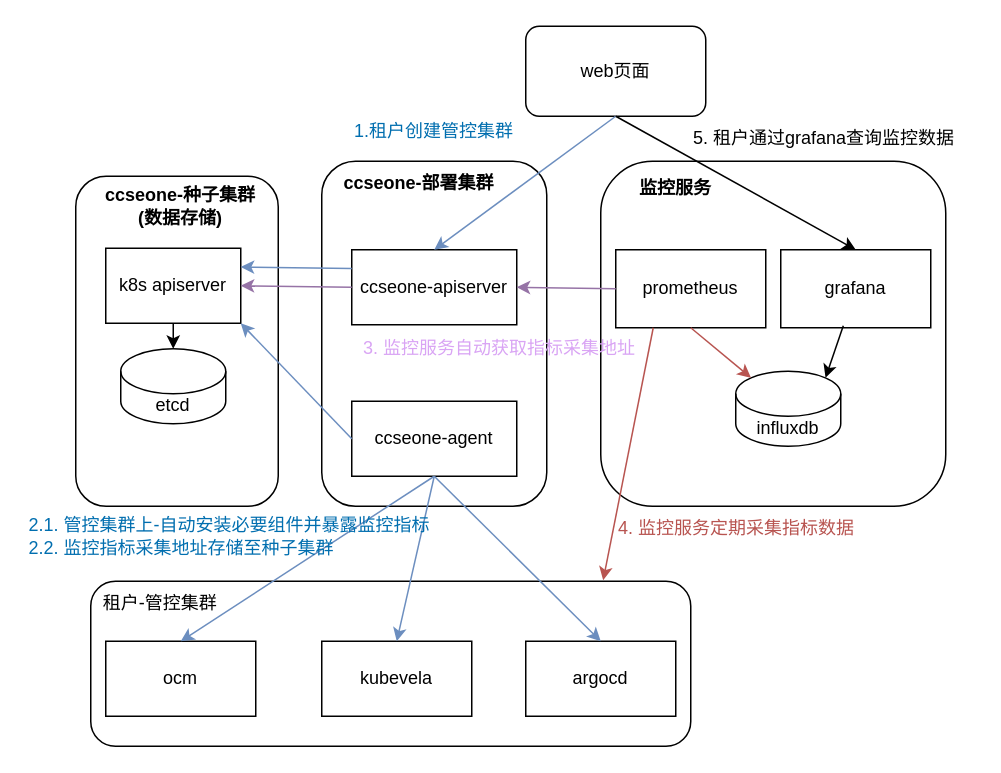
Earlier version of the draw.io diagram page "监控" (6 of 8) of drawio/zz.drawio (Tiny-VS-Lina/ccse). Source tidied: cells renumbered, new cells numbered last; positions are measured from the earlier drawing's top-left corner, leaving out a move shared by most shapes. Both pictures are drawn from the tidied source at 150%, with x=0, y=0 at pixel (26, 26).
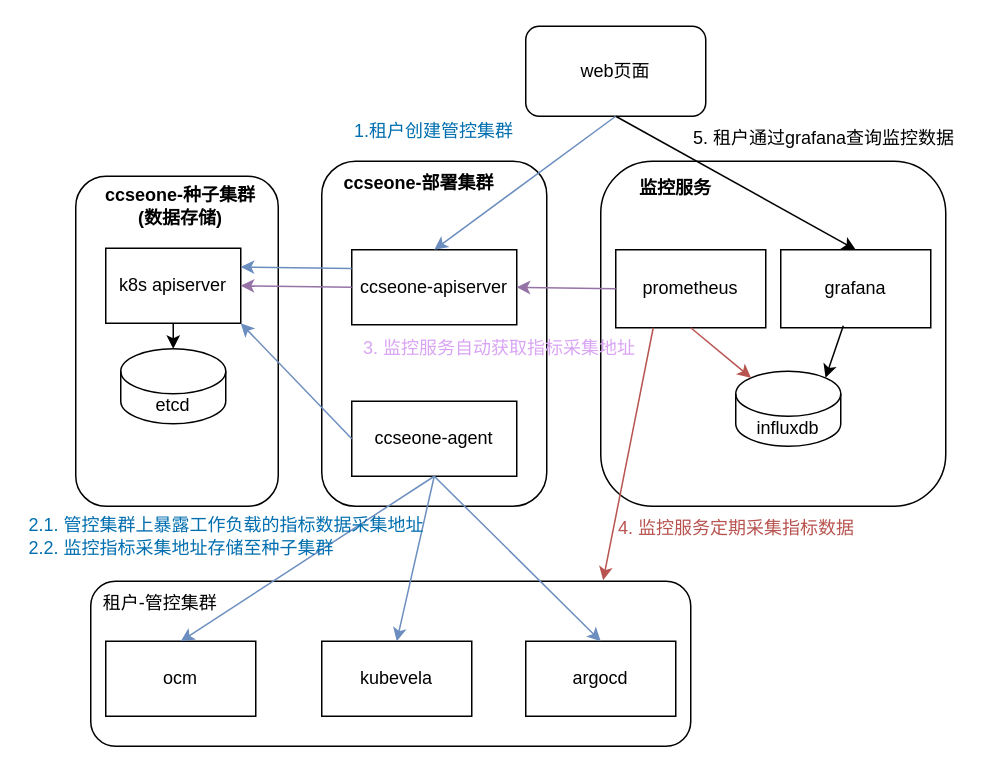
After the change.

Diff of the diagram source:
```diff
@@
-    <mxCell id="34" value="2.1.&amp;nbsp;管控集群上-自动安装必要组件并暴露监控指标&lt;br&gt;2.2. 监控指标采集地址存储至种子集群" style="text;html=1;strokeColor=none;fillColor=none;align=left;verticalAlign=middle;whiteSpace=wrap;rounded=0;fontColor=#006eaf;" parent="1" vertex="1">
+    <mxCell id="34" value="2.1.&amp;nbsp;管控集群上暴露工作负载的指标数据采集地址&lt;br&gt;2.2. 监控指标采集地址存储至种子集群" style="text;html=1;strokeColor=none;fillColor=none;align=left;verticalAlign=middle;whiteSpace=wrap;rounded=0;fontColor=#006eaf;" parent="1" vertex="1">
       <mxGeometry y="320" width="273.5" height="40" as="geometry" />
     </mxCell>
```
